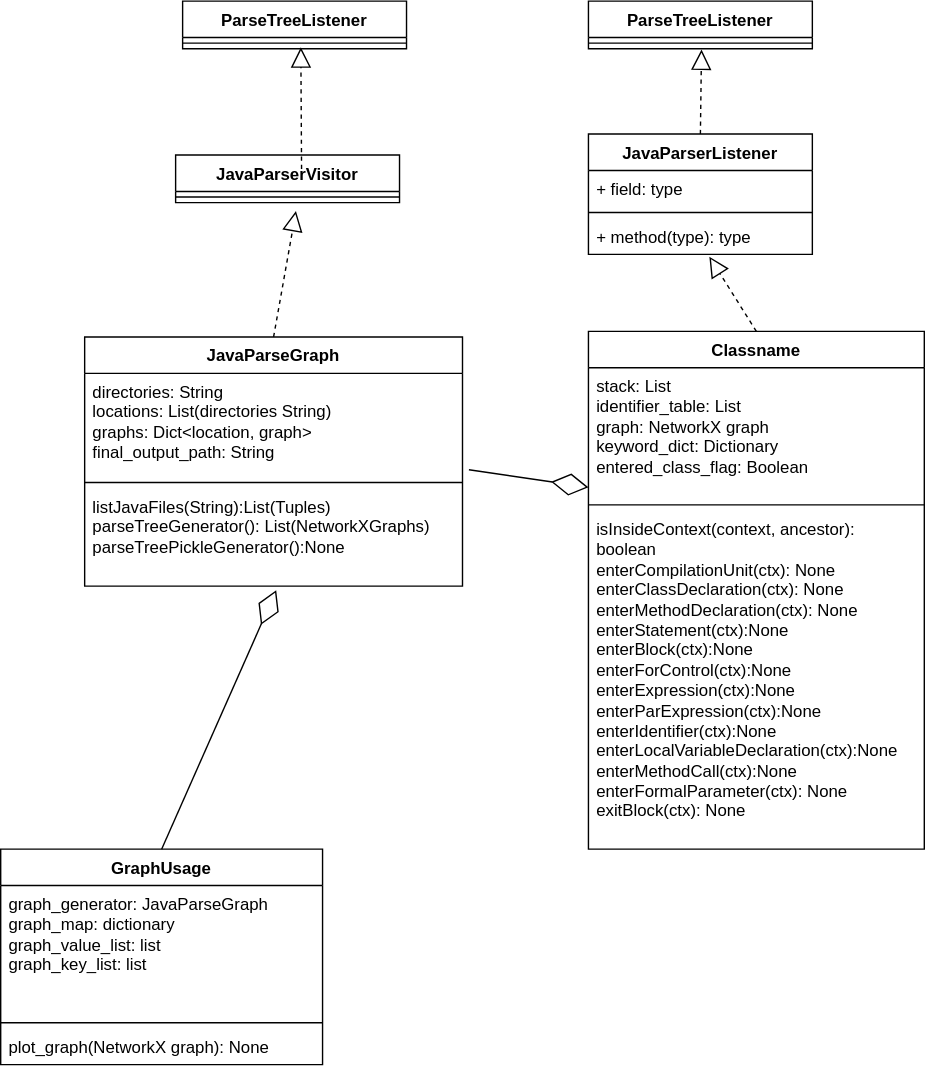
Saad10Codes/Java-Graph-Generator keeps this draw.io diagram as files/JavaGraphGeneratorClassDiagram.drawio.svg. Above is the earlier version. Source tidied: cells renumbered, new cells last; positions are measured from the earlier drawing's top-left corner, leaving out a move shared by most shapes. The source it was exported from:
```xml
<mxGraphModel>
  <root>
    <mxCell id="0" />
    <mxCell id="1" parent="0" />
    <mxCell id="2" value="ParseTreeListener" style="swimlane;fontStyle=1;align=center;verticalAlign=top;horizontal=1;startSize=26;whiteSpace=wrap;html=1;" parent="1" vertex="1">
      <mxGeometry x="130" width="160" height="34" as="geometry" />
    </mxCell>
    <mxCell id="3" style="line;strokeWidth=1;fillColor=none;align=left;verticalAlign=middle;spacingTop=-1;spacingLeft=3;spacingRight=3;labelPosition=right;points=[];portConstraint=eastwest;strokeColor=inherit;" parent="2" vertex="1">
      <mxGeometry y="26" width="160" height="8" as="geometry" />
    </mxCell>
    <mxCell id="4" value="JavaParserVisitor" style="swimlane;fontStyle=1;align=center;verticalAlign=top;horizontal=1;startSize=26;whiteSpace=wrap;html=1;" parent="1" vertex="1">
      <mxGeometry x="125" y="110" width="160" height="34" as="geometry" />
    </mxCell>
    <mxCell id="5" style="endArrow=block;dashed=1;endFill=0;endSize=12;html=1;rounded=0;entryX=0.528;entryY=0.875;entryDx=0;entryDy=0;entryPerimeter=0;" parent="4" edge="1" target="3">
      <mxGeometry relative="1" as="geometry">
        <mxPoint x="90" y="10" as="sourcePoint" />
      </mxGeometry>
    </mxCell>
    <mxCell id="6" style="line;strokeWidth=1;fillColor=none;align=left;verticalAlign=middle;spacingTop=-1;spacingLeft=3;spacingRight=3;labelPosition=right;strokeColor=inherit;" parent="4" vertex="1">
      <mxGeometry y="26" width="160" height="8" as="geometry" />
    </mxCell>
    <mxCell id="7" value="JavaParseGraph" style="swimlane;fontStyle=1;align=center;verticalAlign=top;horizontal=1;startSize=26;whiteSpace=wrap;html=1;" parent="1" vertex="1">
      <mxGeometry x="60" y="240" width="270" height="178" as="geometry" />
    </mxCell>
    <mxCell id="8" value="directories: String&lt;div&gt;locations: List(directories String)&lt;/div&gt;&lt;div&gt;graphs: Dict&amp;lt;location, graph&amp;gt;&lt;/div&gt;&lt;div&gt;final_output_path: String&lt;/div&gt;" style="text;strokeColor=none;fillColor=none;align=left;verticalAlign=top;spacingLeft=4;spacingRight=4;overflow=hidden;points=[[0,0.5],[1,0.5]];portConstraint=eastwest;whiteSpace=wrap;html=1;" parent="7" vertex="1">
      <mxGeometry y="26" width="270" height="74" as="geometry" />
    </mxCell>
    <mxCell id="9" style="line;strokeWidth=1;fillColor=none;align=left;verticalAlign=middle;spacingTop=-1;spacingLeft=3;spacingRight=3;labelPosition=right;strokeColor=inherit;" parent="7" vertex="1">
      <mxGeometry y="100" width="270" height="8" as="geometry" />
    </mxCell>
    <mxCell id="10" value="listJavaFiles(String):List(Tuples)&lt;div&gt;parseTreeGenerator(): List(NetworkXGraphs)&lt;/div&gt;&lt;div&gt;parseTreePickleGenerator():None&lt;/div&gt;" style="text;strokeColor=none;fillColor=none;align=left;verticalAlign=top;spacingLeft=4;spacingRight=4;overflow=hidden;points=[[0,0.5],[1,0.5]];portConstraint=eastwest;whiteSpace=wrap;html=1;" parent="7" vertex="1">
      <mxGeometry y="108" width="270" height="70" as="geometry" />
    </mxCell>
    <mxCell id="11" style="endArrow=block;dashed=1;endFill=0;endSize=12;html=1;rounded=0;exitX=0.5;exitY=0;exitDx=0;exitDy=0;" parent="1" edge="1" source="7">
      <mxGeometry relative="1" as="geometry">
        <mxPoint x="211" y="150" as="targetPoint" />
      </mxGeometry>
    </mxCell>
    <mxCell id="12" value="ParseTreeListener" style="swimlane;fontStyle=1;align=center;verticalAlign=top;horizontal=1;startSize=26;whiteSpace=wrap;html=1;" parent="1" vertex="1">
      <mxGeometry x="420" width="160" height="34" as="geometry" />
    </mxCell>
    <mxCell id="13" style="line;strokeWidth=1;fillColor=none;align=left;verticalAlign=middle;spacingTop=-1;spacingLeft=3;spacingRight=3;labelPosition=right;points=[];portConstraint=eastwest;strokeColor=inherit;" parent="12" vertex="1">
      <mxGeometry y="26" width="160" height="8" as="geometry" />
    </mxCell>
    <mxCell id="14" value="JavaParserListener" style="swimlane;fontStyle=1;align=center;verticalAlign=top;horizontal=1;startSize=26;whiteSpace=wrap;html=1;" parent="1" vertex="1">
      <mxGeometry x="420" y="95" width="160" height="86" as="geometry" />
    </mxCell>
    <mxCell id="15" value="+ field: type" style="text;strokeColor=none;fillColor=none;align=left;verticalAlign=top;spacingLeft=4;spacingRight=4;overflow=hidden;whiteSpace=wrap;html=1;" parent="14" vertex="1">
      <mxGeometry y="26" width="160" height="26" as="geometry" />
    </mxCell>
    <mxCell id="16" style="line;strokeWidth=1;fillColor=none;align=left;verticalAlign=middle;spacingTop=-1;spacingLeft=3;spacingRight=3;labelPosition=right;strokeColor=inherit;" parent="14" vertex="1">
      <mxGeometry y="52" width="160" height="8" as="geometry" />
    </mxCell>
    <mxCell id="17" value="+ method(type): type" style="text;strokeColor=none;fillColor=none;align=left;verticalAlign=top;spacingLeft=4;spacingRight=4;overflow=hidden;points=[[0,0.5],[1,0.5]];portConstraint=eastwest;whiteSpace=wrap;html=1;" parent="14" vertex="1">
      <mxGeometry y="60" width="160" height="26" as="geometry" />
    </mxCell>
    <mxCell id="18" style="endArrow=block;dashed=1;endFill=0;endSize=12;html=1;rounded=0;exitX=0.5;exitY=0;exitDx=0;exitDy=0;entryX=0.505;entryY=1.075;entryDx=0;entryDy=0;entryPerimeter=0;" parent="1" edge="1" source="14" target="13">
      <mxGeometry relative="1" as="geometry" />
    </mxCell>
    <mxCell id="19" value="Classname" style="swimlane;fontStyle=1;align=center;verticalAlign=top;horizontal=1;startSize=26;whiteSpace=wrap;html=1;" parent="1" vertex="1">
      <mxGeometry x="420" y="236" width="240" height="370" as="geometry" />
    </mxCell>
    <mxCell id="20" value="stack: List&lt;div&gt;identifier_table: List&lt;/div&gt;&lt;div&gt;graph: NetworkX graph&lt;/div&gt;&lt;div&gt;keyword_dict: Dictionary&lt;/div&gt;&lt;div&gt;entered_class_flag: Boolean&lt;/div&gt;" style="text;strokeColor=none;fillColor=none;align=left;verticalAlign=top;spacingLeft=4;spacingRight=4;overflow=hidden;points=[[0,0.5],[1,0.5]];portConstraint=eastwest;whiteSpace=wrap;html=1;" parent="19" vertex="1">
      <mxGeometry y="26" width="240" height="94" as="geometry" />
    </mxCell>
    <mxCell id="21" style="line;strokeWidth=1;fillColor=none;align=left;verticalAlign=middle;spacingTop=-1;spacingLeft=3;spacingRight=3;labelPosition=right;strokeColor=inherit;" parent="19" vertex="1">
      <mxGeometry y="120" width="240" height="8" as="geometry" />
    </mxCell>
    <mxCell id="22" value="isInsideContext(context, ancestor): boolean&lt;div&gt;enterCompilationUnit(ctx): None&lt;/div&gt;&lt;div&gt;enterClassDeclaration(ctx): None&lt;/div&gt;&lt;div&gt;enterMethodDeclaration(ctx): None&lt;/div&gt;&lt;div&gt;enterStatement(ctx):None&lt;/div&gt;&lt;div&gt;enterBlock(ctx):None&lt;/div&gt;&lt;div&gt;enterForControl(ctx):None&lt;/div&gt;&lt;div&gt;enterExpression(ctx):None&lt;/div&gt;&lt;div&gt;enterParExpression(ctx):None&lt;/div&gt;&lt;div&gt;enterIdentifier(ctx):None&lt;/div&gt;&lt;div&gt;enterLocalVariableDeclaration(ctx):None&lt;/div&gt;&lt;div&gt;enterMethodCall(ctx):None&lt;/div&gt;&lt;div&gt;enterFormalParameter(ctx): None&lt;/div&gt;&lt;div&gt;exitBlock(ctx): None&lt;/div&gt;" style="text;strokeColor=none;fillColor=none;align=left;verticalAlign=top;spacingLeft=4;spacingRight=4;overflow=hidden;whiteSpace=wrap;html=1;" parent="19" vertex="1">
      <mxGeometry y="128" width="240" height="242" as="geometry" />
    </mxCell>
    <mxCell id="23" style="endArrow=block;dashed=1;endFill=0;endSize=12;html=1;rounded=0;entryX=0.54;entryY=1.062;entryDx=0;entryDy=0;entryPerimeter=0;exitX=0.5;exitY=0;exitDx=0;exitDy=0;" parent="1" edge="1" source="19" target="17">
      <mxGeometry relative="1" as="geometry" />
    </mxCell>
    <mxCell id="24" style="endArrow=diamondThin;endFill=0;endSize=24;html=1;rounded=0;entryX=0;entryY=0.909;entryDx=0;entryDy=0;entryPerimeter=0;exitX=1.017;exitY=0.931;exitDx=0;exitDy=0;exitPerimeter=0;" parent="1" edge="1" source="8" target="20">
      <mxGeometry relative="1" as="geometry" />
    </mxCell>
    <mxCell id="25" value="GraphUsage" style="swimlane;fontStyle=1;align=center;verticalAlign=top;horizontal=1;startSize=26;whiteSpace=wrap;html=1;" parent="1" vertex="1">
      <mxGeometry y="606" width="230" height="154" as="geometry" />
    </mxCell>
    <mxCell id="26" value="graph_generator: JavaParseGraph&lt;div&gt;graph_map: dictionary&lt;/div&gt;&lt;div&gt;graph_value_list: list&lt;/div&gt;&lt;div&gt;graph_key_list: list&lt;/div&gt;" style="text;strokeColor=none;fillColor=none;align=left;verticalAlign=top;spacingLeft=4;spacingRight=4;overflow=hidden;whiteSpace=wrap;html=1;" parent="25" vertex="1">
      <mxGeometry y="26" width="230" height="94" as="geometry" />
    </mxCell>
    <mxCell id="27" style="line;strokeWidth=1;fillColor=none;align=left;verticalAlign=middle;spacingTop=-1;spacingLeft=3;spacingRight=3;labelPosition=right;strokeColor=inherit;" parent="25" vertex="1">
      <mxGeometry y="120" width="230" height="8" as="geometry" />
    </mxCell>
    <mxCell id="28" value="plot_graph(NetworkX graph): None" style="text;strokeColor=none;fillColor=none;align=left;verticalAlign=top;spacingLeft=4;spacingRight=4;overflow=hidden;whiteSpace=wrap;html=1;" parent="25" vertex="1">
      <mxGeometry y="128" width="230" height="26" as="geometry" />
    </mxCell>
    <mxCell id="29" style="endArrow=diamondThin;endFill=0;endSize=24;html=1;rounded=0;entryX=0.507;entryY=1.043;entryDx=0;entryDy=0;entryPerimeter=0;exitX=0.5;exitY=0;exitDx=0;exitDy=0;" parent="1" edge="1" source="25" target="10">
      <mxGeometry relative="1" as="geometry" />
    </mxCell>
  </root>
</mxGraphModel>
```
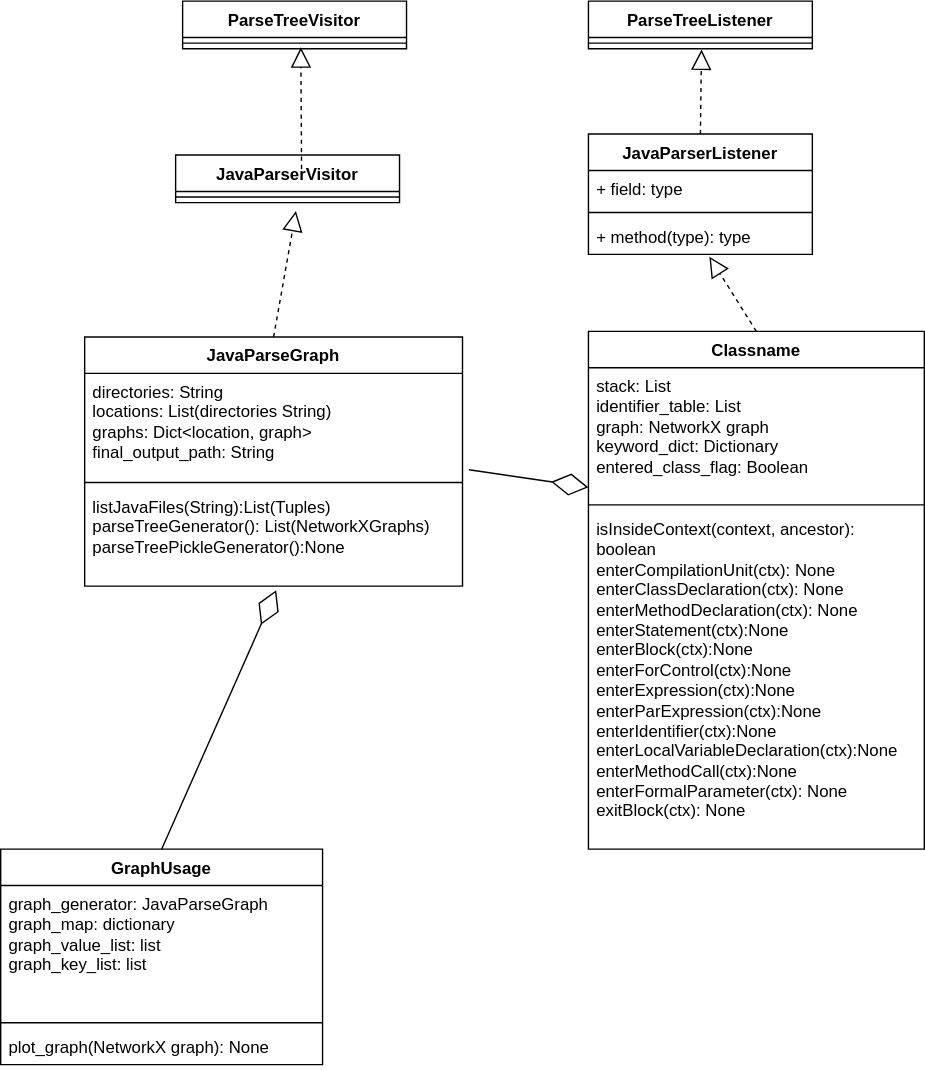
The same diagram one commit later.

Commit message:
update class diagram

The edit, as a diff of the source:
```diff
@@ -2,7 +2,7 @@
   <root>
     <mxCell id="0" />
     <mxCell id="1" parent="0" />
-    <mxCell id="2" value="ParseTreeListener" style="swimlane;fontStyle=1;align=center;verticalAlign=top;horizontal=1;startSize=26;whiteSpace=wrap;html=1;" parent="1" vertex="1">
+    <mxCell id="2" value="ParseTreeVisitor" style="swimlane;fontStyle=1;align=center;verticalAlign=top;horizontal=1;startSize=26;whiteSpace=wrap;html=1;" parent="1" vertex="1">
       <mxGeometry x="130" width="160" height="34" as="geometry" />
     </mxCell>
     <mxCell id="3" style="line;strokeWidth=1;fillColor=none;align=left;verticalAlign=middle;spacingTop=-1;spacingLeft=3;spacingRight=3;labelPosition=right;points=[];portConstraint=eastwest;strokeColor=inherit;" parent="2" vertex="1">
```
